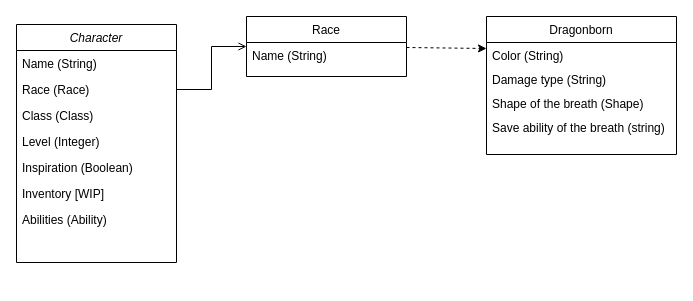
Above: dnd-works.drawio in Aarrn33/dungeon-n-works (draw.io), before the change. Source tidied: cells renumbered, new cells numbered last; positions are measured from the earlier drawing's top-left corner, leaving out a move shared by most shapes. Both pictures are drawn from the tidied source at 100%, with x=0, y=0 at pixel (16, 16).
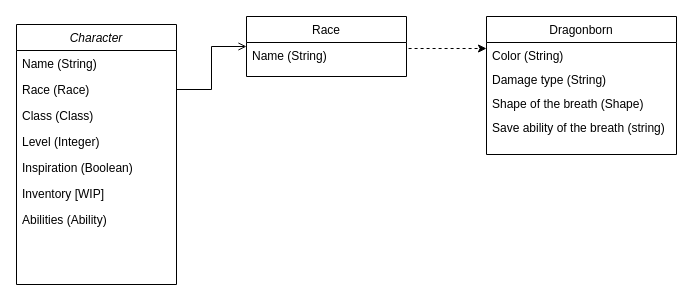
The same page after the edit.

Diff of the diagram source:
```diff
@@
 <mxGraphModel>
   <root>
     <mxCell id="0" />
     <mxCell id="1" parent="0" />
     <mxCell id="2" value="Character" style="swimlane;fontStyle=2;align=center;verticalAlign=top;horizontal=1;startSize=26;rounded=0;shadow=0;strokeWidth=1;" parent="1" vertex="1">
-      <mxGeometry y="8" width="160" height="238" as="geometry" />
+      <mxGeometry y="8" width="160" height="260" as="geometry" />
     </mxCell>
     <mxCell id="3" value="Name (String)" style="text;align=left;verticalAlign=top;spacingLeft=4;spacingRight=4;overflow=hidden;" parent="2" vertex="1">
       <mxGeometry y="26" width="160" height="26" as="geometry" />
     </mxCell>
     <mxCell id="4" value="Race (Race)" style="text;align=left;verticalAlign=top;spacingLeft=4;spacingRight=4;overflow=hidden;points=[[0,0.5],[1,0.5]];portConstraint=eastwest;rounded=0;shadow=0;html=0;" parent="2" vertex="1">
       <mxGeometry y="52" width="160" height="26" as="geometry" />
     </mxCell>
     <mxCell id="5" value="Class (Class)" style="text;align=left;verticalAlign=top;spacingLeft=4;spacingRight=4;overflow=hidden;rounded=0;shadow=0;html=0;" parent="2" vertex="1">
       <mxGeometry y="78" width="160" height="26" as="geometry" />
     </mxCell>
     <mxCell id="6" value="Level (Integer)" style="text;align=left;verticalAlign=top;spacingLeft=4;spacingRight=4;overflow=hidden;rounded=0;shadow=0;html=0;" parent="2" vertex="1">
       <mxGeometry y="104" width="160" height="26" as="geometry" />
     </mxCell>
     <mxCell id="7" value="Inspiration (Boolean)" style="text;align=left;verticalAlign=top;spacingLeft=4;spacingRight=4;overflow=hidden;rounded=0;shadow=0;html=0;" parent="2" vertex="1">
       <mxGeometry y="130" width="160" height="26" as="geometry" />
     </mxCell>
     <mxCell id="8" value="Inventory [WIP]" style="text;align=left;verticalAlign=top;spacingLeft=4;spacingRight=4;overflow=hidden;rounded=0;shadow=0;html=0;" parent="2" vertex="1">
       <mxGeometry y="156" width="160" height="26" as="geometry" />
     </mxCell>
     <mxCell id="9" value="Abilities (Ability)" style="text;align=left;verticalAlign=top;spacingLeft=4;spacingRight=4;overflow=hidden;rounded=0;shadow=0;html=0;" parent="2" vertex="1">
       <mxGeometry y="182" width="160" height="26" as="geometry" />
     </mxCell>
-    <mxCell id="10" style="edgeStyle=none;html=1;dashed=1;entryX=0;entryY=0.25;entryDx=0;entryDy=0;entryPerimeter=0;" parent="1" edge="1" source="11" target="15">
+    <mxCell id="10" style="edgeStyle=none;html=1;dashed=1;entryX=0;entryY=0.25;entryDx=0;entryDy=0;entryPerimeter=0;exitX=1.013;exitY=0.25;exitDx=0;exitDy=0;exitPerimeter=0;" parent="1" edge="1" source="12" target="15">
       <mxGeometry relative="1" as="geometry" />
     </mxCell>
     <mxCell id="11" value="Race" style="swimlane;fontStyle=0;align=center;verticalAlign=top;horizontal=1;startSize=26;rounded=0;shadow=0;strokeWidth=1;" parent="1" vertex="1">
       <mxGeometry x="230" width="160" height="60" as="geometry" />
     </mxCell>
     <mxCell id="12" value="Name (String)" style="text;align=left;verticalAlign=top;spacingLeft=4;spacingRight=4;overflow=hidden;points=[[0,0.5],[1,0.5]];portConstraint=eastwest;" parent="11" vertex="1">
       <mxGeometry y="26" width="160" height="24" as="geometry" />
     </mxCell>
     <mxCell id="13" style="endArrow=open;shadow=0;strokeWidth=1;rounded=0;endFill=1;edgeStyle=elbowEdgeStyle;elbow=vertical;exitX=1;exitY=0.5;exitDx=0;exitDy=0;" parent="1" edge="1" source="4" target="11">
       <mxGeometry x="0.5" y="41" relative="1" as="geometry">
         <mxPoint x="-40" y="32" as="offset" />
       </mxGeometry>
     </mxCell>
     <mxCell id="14" value="Dragonborn" style="swimlane;fontStyle=0;align=center;verticalAlign=top;horizontal=1;startSize=26;rounded=0;shadow=0;strokeWidth=1;" parent="1" vertex="1">
       <mxGeometry x="470" width="190" height="138" as="geometry" />
     </mxCell>
     <mxCell id="15" value="Color (String)" style="text;align=left;verticalAlign=top;spacingLeft=4;spacingRight=4;overflow=hidden;points=[[0,0.5],[1,0.5]];portConstraint=eastwest;" parent="14" vertex="1">
       <mxGeometry y="26" width="190" height="24" as="geometry" />
     </mxCell>
     <mxCell id="16" value="Damage type (String)" style="text;align=left;verticalAlign=top;spacingLeft=4;spacingRight=4;overflow=hidden;" parent="14" vertex="1">
       <mxGeometry y="50" width="190" height="24" as="geometry" />
     </mxCell>
     <mxCell id="17" value="Shape of the breath (Shape)" style="text;align=left;verticalAlign=top;spacingLeft=4;spacingRight=4;overflow=hidden;" parent="14" vertex="1">
       <mxGeometry y="74" width="190" height="24" as="geometry" />
     </mxCell>
     <mxCell id="18" value="Save ability of the breath (string)" style="text;align=left;verticalAlign=top;spacingLeft=4;spacingRight=4;overflow=hidden;" parent="14" vertex="1">
       <mxGeometry y="98" width="190" height="24" as="geometry" />
     </mxCell>
   </root>
 </mxGraphModel>
```
